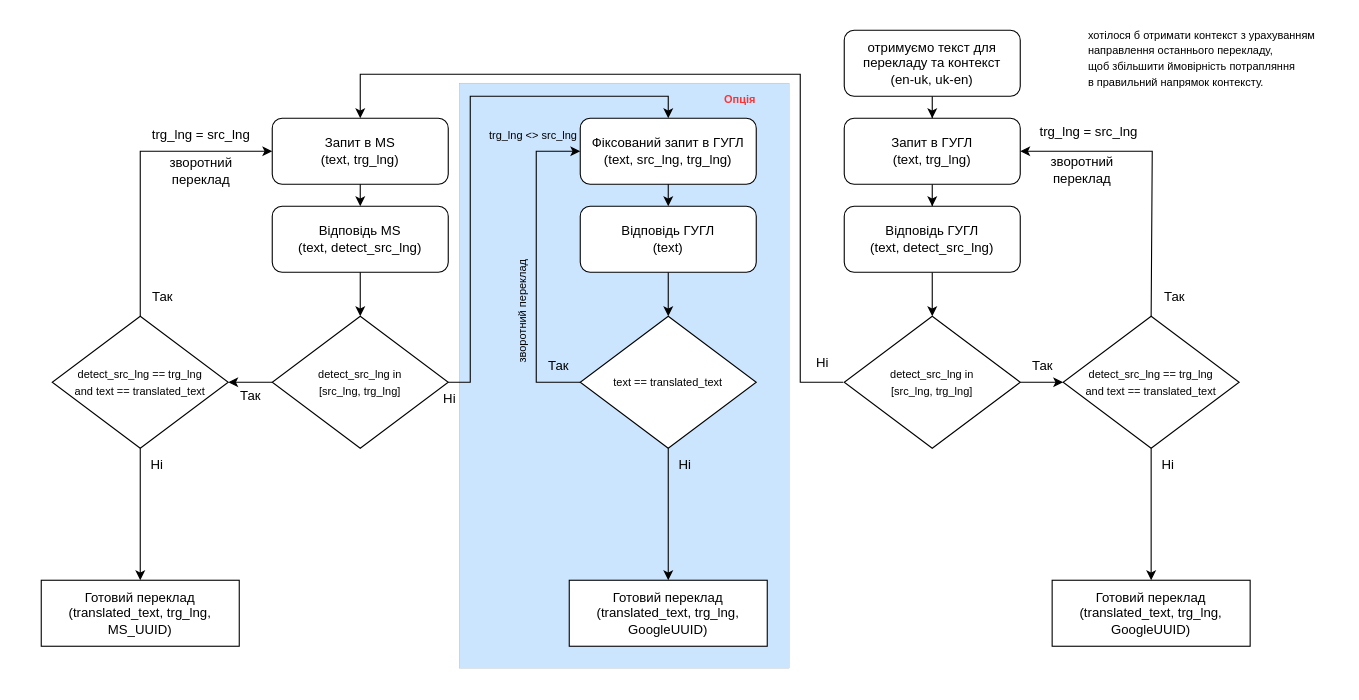
The draw.io diagram page "Переклад" (2 of 2) of doc/db_structure.drawio in essayNEXT/REPETITOR, before the edit. Source tidied: cells renumbered, new cells numbered last; positions are measured from the earlier drawing's top-left corner, leaving out a move shared by most shapes. Both pictures are drawn from the tidied source at 110%, with x=0, y=0 at pixel (41, 19).
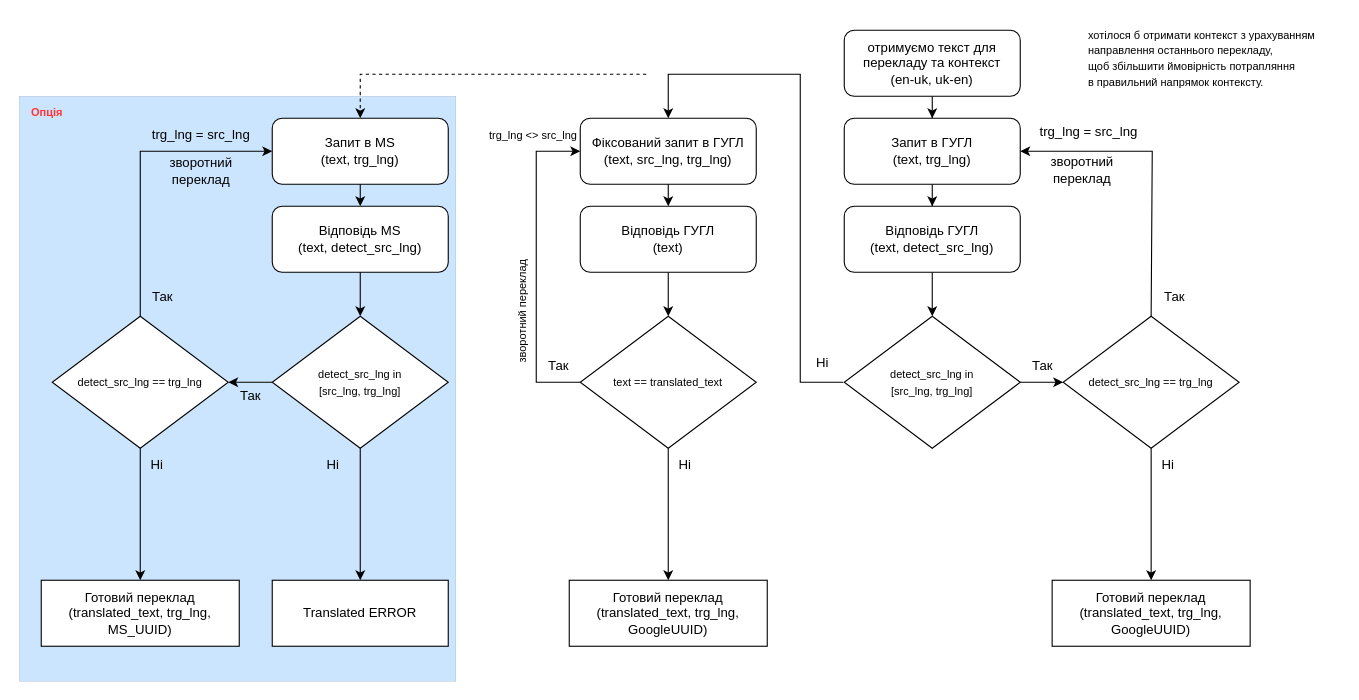
Above is the later version.

Commit message:
оновив - схема перекладу

Unchanged cells that the change refers to:
```xml
<mxCell id="21" value="Фіксований запит в ГУГЛ &lt;br&gt;(text, src_lng, trg_lng)" style="rounded=1;whiteSpace=wrap;html=1;" parent="1" vertex="1">
  <mxGeometry x="490" y="90" width="160" height="60" as="geometry" />
</mxCell>
<mxCell id="34" value="Запит в MS&lt;br&gt;(text, trg_lng)" style="rounded=1;whiteSpace=wrap;html=1;" parent="1" vertex="1">
  <mxGeometry x="210" y="90" width="160" height="60" as="geometry" />
</mxCell>
<mxCell id="38" value="&lt;font style=&quot;font-size: 10px;&quot;&gt;detect_src_lng in &lt;br&gt;[src_lng, trg_lng]&lt;/font&gt;" style="rhombus;whiteSpace=wrap;html=1;" parent="1" vertex="1">
  <mxGeometry x="210" y="270" width="160" height="120" as="geometry" />
</mxCell>
```

Change to the diagram source:
```diff
@@
     <mxCell id="2" style="rounded=0;whiteSpace=wrap;html=1;fillColor=#cce5ff;strokeColor=#36393d;strokeWidth=0;" parent="1" vertex="1">
-      <mxGeometry x="380" y="58" width="300" height="532" as="geometry" />
+      <mxGeometry x="-20" y="70" width="397" height="532" as="geometry" />
     </mxCell>
@@
-    <mxCell id="12" value="&lt;font style=&quot;font-size: 10px;&quot;&gt;detect_src_lng == trg_lng &lt;br&gt;and text == translated_text&lt;/font&gt;" style="rhombus;whiteSpace=wrap;html=1;" parent="1" vertex="1">
+    <mxCell id="12" value="&lt;font style=&quot;font-size: 10px;&quot;&gt;detect_src_lng == trg_lng&lt;br&gt;&lt;/font&gt;" style="rhombus;whiteSpace=wrap;html=1;" parent="1" vertex="1">
       <mxGeometry x="929" y="270" width="160" height="120" as="geometry" />
     </mxCell>
@@
-    <mxCell id="35" style="endArrow=classic;html=1;rounded=0;entryX=0.5;entryY=0;entryDx=0;entryDy=0;" parent="1" edge="1" target="34">
+    <mxCell id="35" style="endArrow=classic;html=1;rounded=0;entryX=0.5;entryY=0;entryDx=0;entryDy=0;" parent="1" edge="1" target="21">
       <mxGeometry relative="1" as="geometry">
         <mxPoint x="729" y="330" as="sourcePoint" />
         <Array as="points">
           <mxPoint x="690" y="330" />
           <mxPoint x="690" y="50" />
-          <mxPoint x="290" y="50" />
+          <mxPoint x="570" y="50" />
         </Array>
       </mxGeometry>
     </mxCell>
@@
-    <mxCell id="43" value="&lt;font style=&quot;font-size: 10px;&quot;&gt;detect_src_lng == trg_lng &lt;br&gt;and text == translated_text&lt;/font&gt;" style="rhombus;whiteSpace=wrap;html=1;" parent="1" vertex="1">
+    <mxCell id="43" value="&lt;font style=&quot;font-size: 10px;&quot;&gt;detect_src_lng == trg_lng&lt;br&gt;&lt;/font&gt;" style="rhombus;whiteSpace=wrap;html=1;" parent="1" vertex="1">
       <mxGeometry x="10" y="270" width="160" height="120" as="geometry" />
     </mxCell>
@@
-    <mxCell id="47" style="endArrow=classic;html=1;rounded=0;exitX=1;exitY=0.5;exitDx=0;exitDy=0;entryX=0.5;entryY=0;entryDx=0;entryDy=0;" parent="1" edge="1" source="38" target="21">
-      <mxGeometry relative="1" as="geometry">
-        <Array as="points">
-          <mxPoint x="390" y="330" />
-          <mxPoint x="390" y="70" />
-          <mxPoint x="570" y="70" />
-        </Array>
-      </mxGeometry>
-    </mxCell>
     <mxCell id="48" value="Ні" style="text;html=1;align=center;verticalAlign=middle;strokeColor=none;fillColor=none;" parent="1" vertex="1">
-      <mxGeometry x="356" y="330" width="30" height="30" as="geometry" />
+      <mxGeometry x="250" y="390" width="30" height="30" as="geometry" />
     </mxCell>
@@
     <mxCell id="52" value="&lt;font color=&quot;#ff3333&quot; style=&quot;font-size: 10px;&quot;&gt;&lt;b&gt;Опція&lt;/b&gt;&lt;/font&gt;" style="text;html=1;align=center;verticalAlign=middle;" parent="1" vertex="1">
-      <mxGeometry x="610" y="58" width="50" height="30" as="geometry" />
+      <mxGeometry x="-20" y="69" width="50" height="30" as="geometry" />
     </mxCell>
+    <mxCell id="53" style="endArrow=classic;html=1;rounded=0;exitX=0.5;exitY=1;exitDx=0;exitDy=0;entryX=0.5;entryY=0;entryDx=0;entryDy=0;" parent="1" edge="1" source="38" target="54">
+      <mxGeometry relative="1" as="geometry" />
+    </mxCell>
+    <mxCell id="54" value="Translated ERROR" style="whiteSpace=wrap;html=1;" parent="1" vertex="1">
+      <mxGeometry x="210" y="510" width="160" height="60" as="geometry" />
+    </mxCell>
+    <mxCell id="55" style="endArrow=classic;html=1;rounded=0;entryX=0.5;entryY=0;entryDx=0;entryDy=0;dashed=1;" parent="1" edge="1" target="34">
+      <mxGeometry relative="1" as="geometry">
+        <mxPoint x="550" y="50" as="sourcePoint" />
+        <Array as="points">
+          <mxPoint x="290" y="50" />
+        </Array>
+      </mxGeometry>
+    </mxCell>
```
